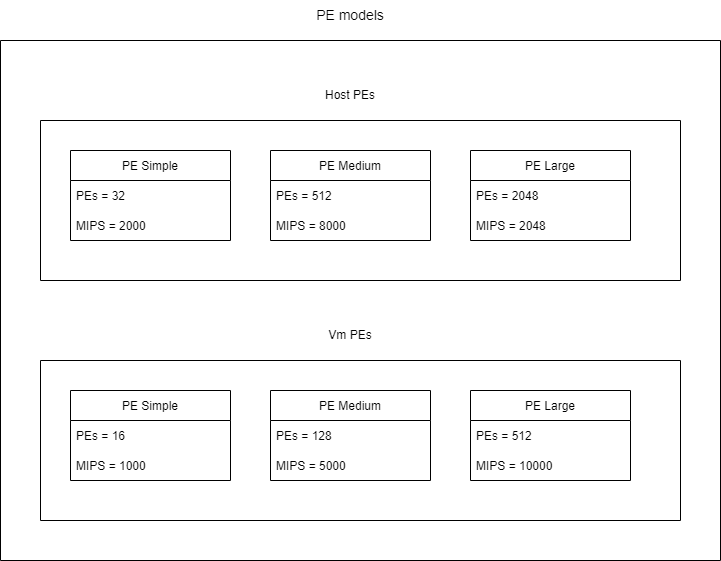
Above: documentation/images/PEs.png in GiuseppeCalderonio/CS441-Homework3 (draw.io), before the change. Source tidied: cells renumbered, new cells last; positions are measured from the earlier drawing's top-left corner, leaving out a move shared by most shapes.
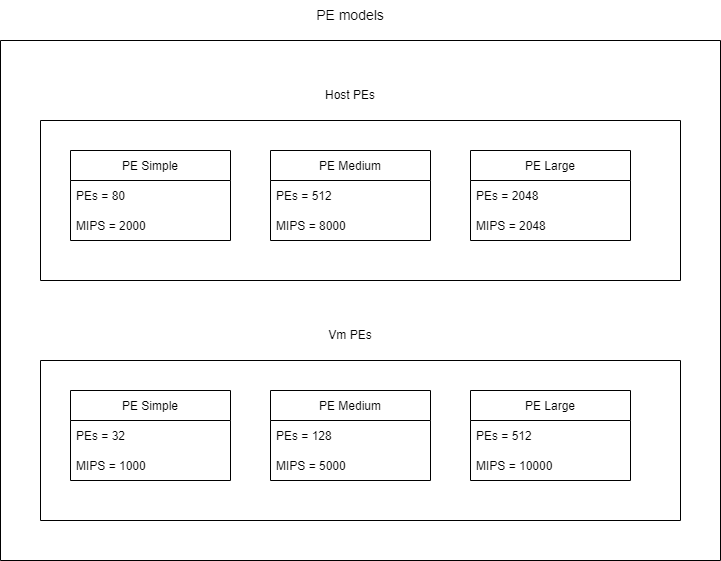
The same diagram one commit later.

Diff of the diagram source:
```diff
@@ -8,7 +8,7 @@
     <mxCell id="3" value="PE Simple" style="swimlane;fontStyle=0;horizontal=1;startSize=30;" parent="1" vertex="1">
       <mxGeometry x="70" y="150" width="160" height="90" as="geometry" />
     </mxCell>
-    <mxCell id="4" value="PEs = 32" style="text;strokeColor=none;fillColor=none;align=left;verticalAlign=middle;spacingLeft=4;spacingRight=4;overflow=hidden;" parent="3" vertex="1">
+    <mxCell id="4" value="PEs = 80" style="text;strokeColor=none;fillColor=none;align=left;verticalAlign=middle;spacingLeft=4;spacingRight=4;overflow=hidden;" parent="3" vertex="1">
       <mxGeometry y="30" width="160" height="30" as="geometry" />
     </mxCell>
     <mxCell id="5" value="MIPS = 2000" style="text;strokeColor=none;fillColor=none;align=left;verticalAlign=middle;spacingLeft=4;spacingRight=4;overflow=hidden;" parent="3" vertex="1">
@@ -44,7 +44,7 @@
     <mxCell id="15" value="PE Simple" style="swimlane;fontStyle=0;horizontal=1;startSize=30;" parent="1" vertex="1">
       <mxGeometry x="70" y="390" width="160" height="90" as="geometry" />
     </mxCell>
-    <mxCell id="16" value="PEs = 16" style="text;strokeColor=none;fillColor=none;align=left;verticalAlign=middle;spacingLeft=4;spacingRight=4;overflow=hidden;" parent="15" vertex="1">
+    <mxCell id="16" value="PEs = 32" style="text;strokeColor=none;fillColor=none;align=left;verticalAlign=middle;spacingLeft=4;spacingRight=4;overflow=hidden;" parent="15" vertex="1">
       <mxGeometry y="30" width="160" height="30" as="geometry" />
     </mxCell>
     <mxCell id="17" value="MIPS = 1000" style="text;strokeColor=none;fillColor=none;align=left;verticalAlign=middle;spacingLeft=4;spacingRight=4;overflow=hidden;" parent="15" vertex="1">
```
